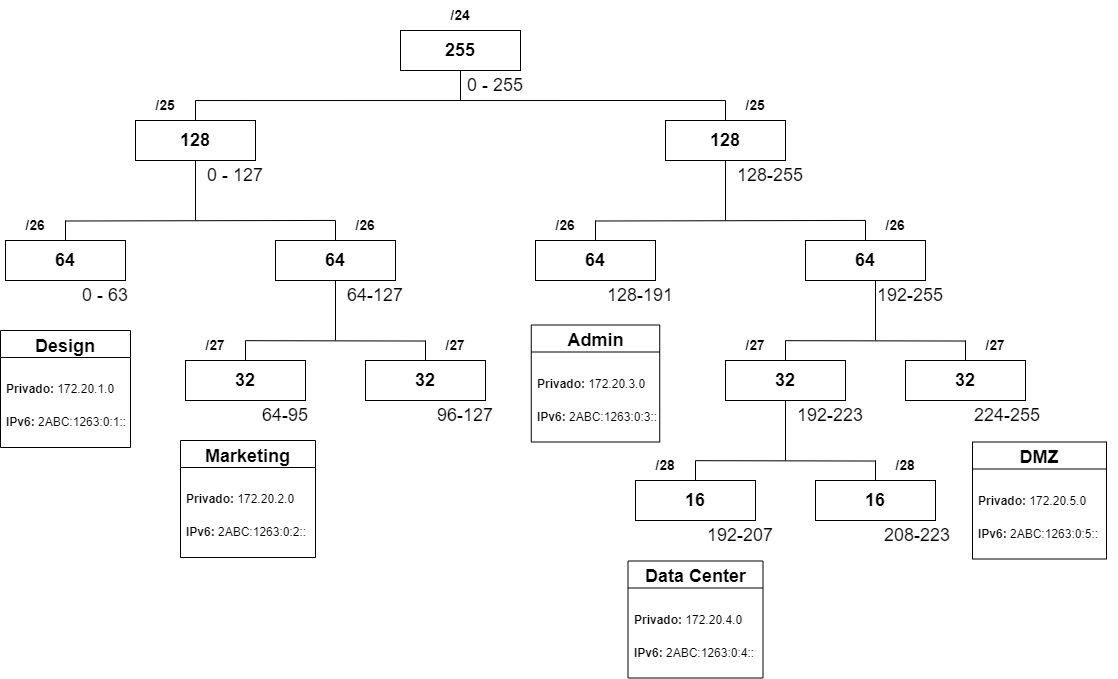
Earlier version of the draw.io export report/network-ips-diagram/network-ips.drawio.png (AfonsoTorres/projeto-rc1-2022). Source tidied: cells renumbered, new cells last; positions are measured from the earlier drawing's top-left corner, leaving out a move shared by most shapes.
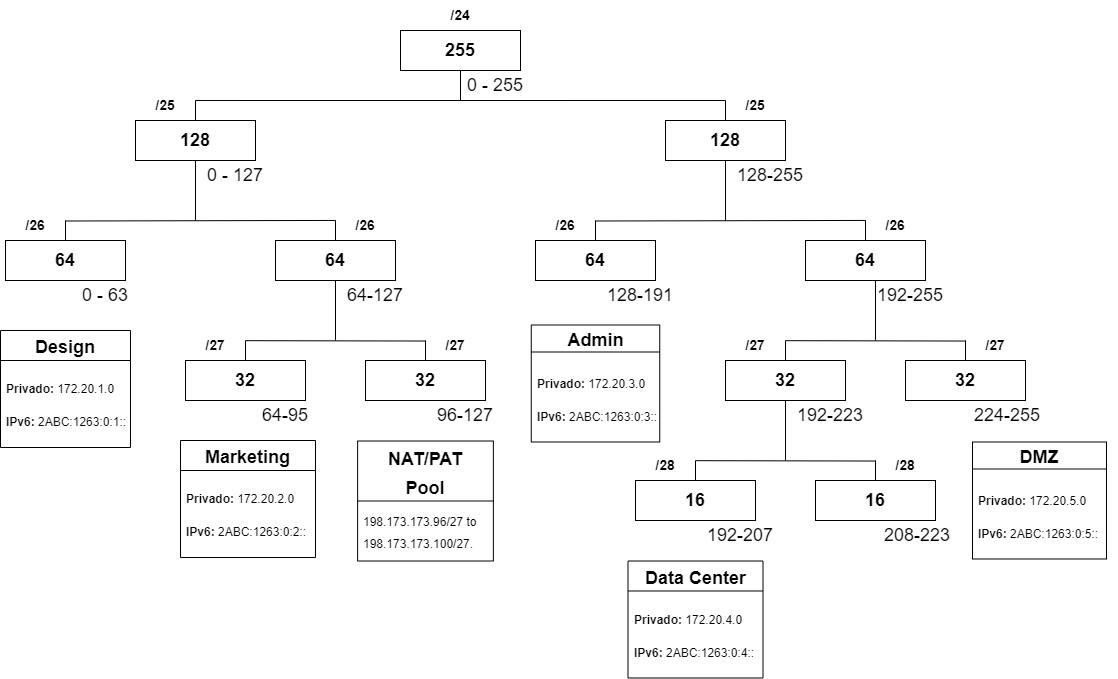
Above is the later version.

Change to the diagram source:
```diff
@@ -143,7 +143,7 @@
         <mxPoint x="725" y="160" as="targetPoint" />
       </mxGeometry>
     </mxCell>
-    <mxCell id="42" value="&lt;font style=&quot;font-size: 18px;&quot;&gt;Design&lt;/font&gt;" style="swimlane;whiteSpace=wrap;html=1;fontSize=24;fillColor=#FFFFFF;startSize=27;" parent="1" vertex="1">
+    <mxCell id="42" value="&lt;font style=&quot;font-size: 18px;&quot;&gt;Design&lt;/font&gt;" style="swimlane;whiteSpace=wrap;html=1;fontSize=24;fillColor=#FFFFFF;startSize=30;" parent="1" vertex="1">
       <mxGeometry y="330" width="130" height="117" as="geometry" />
     </mxCell>
     <mxCell id="43" value="&lt;font style=&quot;font-size: 12px;&quot;&gt;&lt;b style=&quot;&quot;&gt;Privado:&lt;/b&gt; 172.20.1.0&lt;/font&gt;" style="text;html=1;align=left;verticalAlign=middle;strokeColor=none;fillColor=none;fontSize=18;" parent="42" vertex="1">
@@ -237,7 +237,7 @@
         <mxPoint x="875" y="280" as="targetPoint" />
       </mxGeometry>
     </mxCell>
-    <mxCell id="69" value="&lt;font style=&quot;font-size: 18px;&quot;&gt;Marketing&lt;/font&gt;" style="swimlane;whiteSpace=wrap;html=1;fontSize=24;fillColor=#FFFFFF;startSize=27;" parent="1" vertex="1">
+    <mxCell id="69" value="&lt;font style=&quot;font-size: 18px;&quot;&gt;Marketing&lt;/font&gt;" style="swimlane;whiteSpace=wrap;html=1;fontSize=24;fillColor=#FFFFFF;startSize=30;" parent="1" vertex="1">
       <mxGeometry x="180" y="440" width="135" height="117" as="geometry" />
     </mxCell>
     <mxCell id="70" value="&lt;font style=&quot;font-size: 12px;&quot;&gt;&lt;b style=&quot;&quot;&gt;Privado:&lt;/b&gt; 172.20.2.0&lt;/font&gt;" style="text;html=1;align=left;verticalAlign=middle;strokeColor=none;fillColor=none;fontSize=18;" parent="69" vertex="1">
@@ -307,7 +307,7 @@
     <mxCell id="89" value="&lt;font style=&quot;font-size: 12px;&quot;&gt;&lt;b style=&quot;&quot;&gt;IPv6:&lt;/b&gt;&amp;nbsp;2ABC:1263:0:5::&lt;/font&gt;" style="text;html=1;align=left;verticalAlign=middle;strokeColor=none;fillColor=none;fontSize=18;" parent="87" vertex="1">
       <mxGeometry x="4" y="70" width="140" height="40" as="geometry" />
     </mxCell>
-    <mxCell id="90" value="&lt;font style=&quot;font-size: 18px;&quot;&gt;Data Center&lt;/font&gt;" style="swimlane;whiteSpace=wrap;html=1;fontSize=24;fillColor=#FFFFFF;startSize=27;" parent="1" vertex="1">
+    <mxCell id="90" value="&lt;font style=&quot;font-size: 18px;&quot;&gt;Data Center&lt;/font&gt;" style="swimlane;whiteSpace=wrap;html=1;fontSize=24;fillColor=#FFFFFF;startSize=30;" parent="1" vertex="1">
       <mxGeometry x="627.5" y="560.5" width="135" height="117" as="geometry" />
     </mxCell>
     <mxCell id="91" value="&lt;font style=&quot;font-size: 12px;&quot;&gt;&lt;b style=&quot;&quot;&gt;Privado:&lt;/b&gt; 172.20.4.0&lt;/font&gt;" style="text;html=1;align=left;verticalAlign=middle;strokeColor=none;fillColor=none;fontSize=18;" parent="90" vertex="1">
@@ -316,5 +316,11 @@
     <mxCell id="92" value="&lt;font style=&quot;font-size: 12px;&quot;&gt;&lt;b style=&quot;&quot;&gt;IPv6:&lt;/b&gt;&amp;nbsp;2ABC:1263:0:4::&lt;/font&gt;" style="text;html=1;align=left;verticalAlign=middle;strokeColor=none;fillColor=none;fontSize=18;" parent="90" vertex="1">
       <mxGeometry x="4" y="70" width="140" height="40" as="geometry" />
     </mxCell>
+    <mxCell id="93" value="&lt;font style=&quot;font-size: 18px;&quot;&gt;NAT/PAT&lt;br&gt;Pool&lt;/font&gt;" style="swimlane;whiteSpace=wrap;html=1;fontSize=24;fillColor=#FFFFFF;startSize=60;" parent="1" vertex="1">
+      <mxGeometry x="357.1" y="440.5" width="135.8" height="120" as="geometry" />
+    </mxCell>
+    <mxCell id="94" value="&lt;span style=&quot;font-size: 12px;&quot;&gt;198.173.173.96/27 to&lt;br&gt;198.173.173.100/27.&lt;/span&gt;" style="text;html=1;align=left;verticalAlign=middle;strokeColor=none;fillColor=none;fontSize=18;" parent="93" vertex="1">
+      <mxGeometry x="4" y="60" width="140" height="60" as="geometry" />
+    </mxCell>
   </root>
 </mxGraphModel>
```
